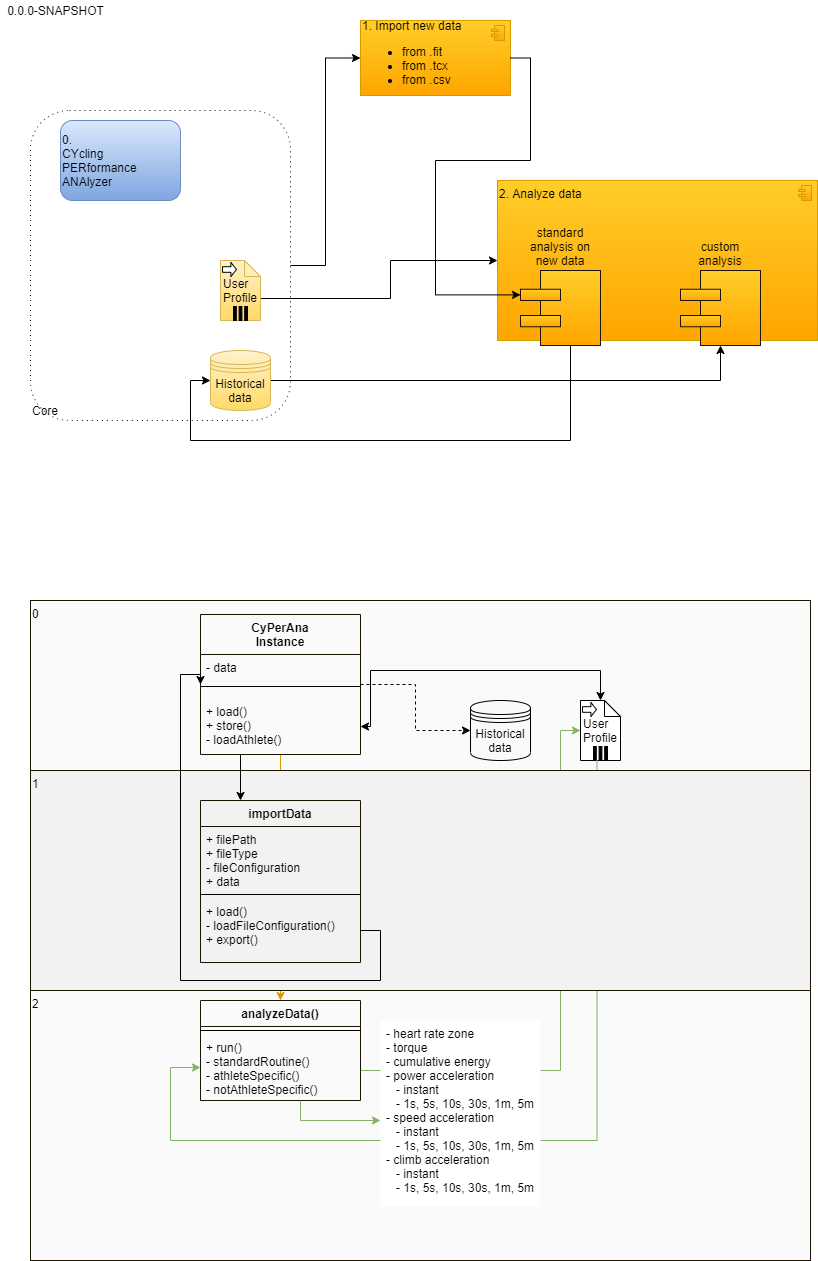
The draw.io diagram architecture.png in stefano-v37/cyperana, before a commit. Source tidied: cells renumbered, new cells last; positions are measured from the earlier drawing's top-left corner, leaving out a move shared by most shapes.
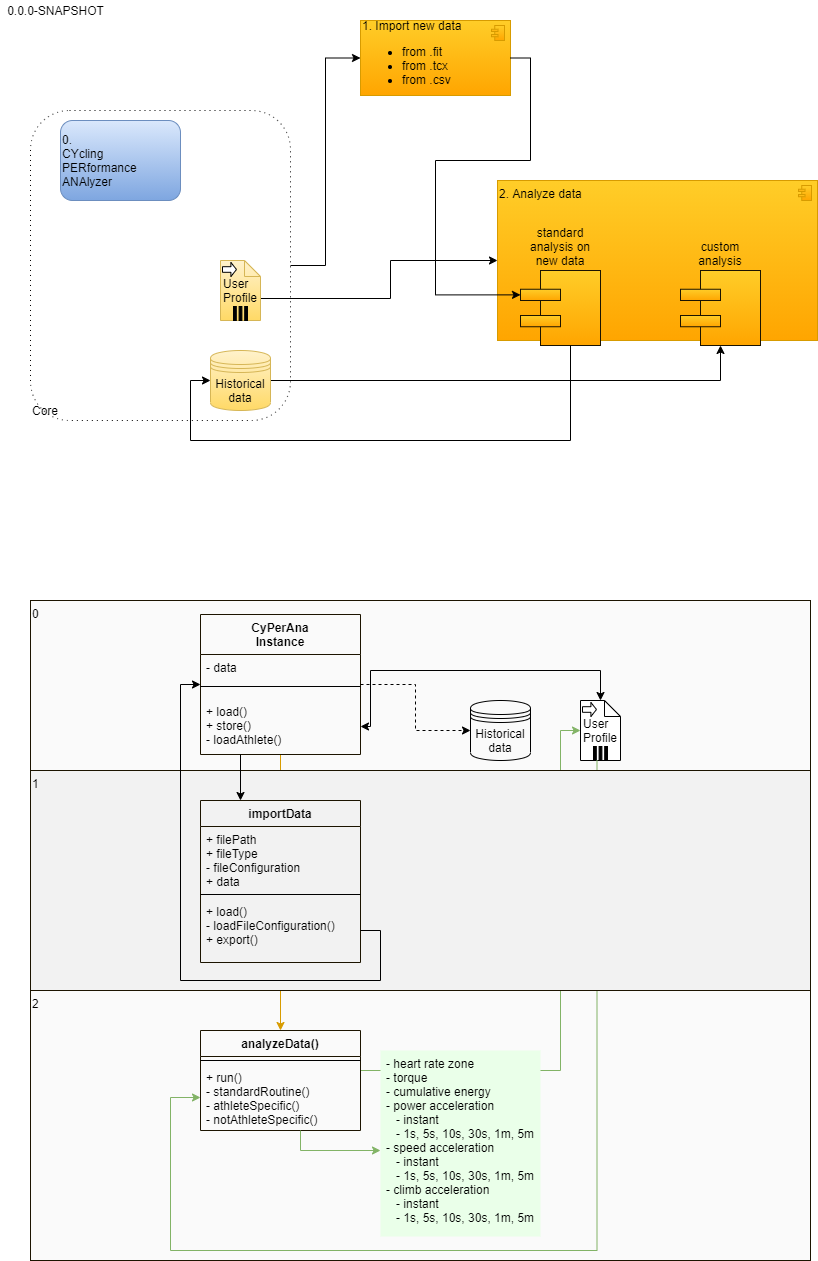
Above is the later version.

Commit message:
initialized standard analysis with hr-zones, modified architecture, utilities and configuration accordingly

What changed in the source:
```diff
@@ -88,7 +88,7 @@
       </mxGeometry>
     </mxCell>
     <mxCell id="20" value="analyzeData()" style="swimlane;fontStyle=1;align=center;verticalAlign=top;horizontal=1;startSize=26;strokeColor=#1C1400;fillColor=none;" parent="1" vertex="1">
-      <mxGeometry x="200" y="1000" width="160" height="100" as="geometry" />
+      <mxGeometry x="200" y="1030" width="160" height="100" as="geometry" />
     </mxCell>
     <mxCell id="21" style="line;strokeWidth=1;fillColor=none;align=left;verticalAlign=middle;spacingTop=-1;spacingLeft=3;spacingRight=3;labelPosition=right;" parent="20" vertex="1">
       <mxGeometry y="26" width="160" height="8" as="geometry" />
@@ -145,9 +145,9 @@
     <mxCell id="35" style="edgeStyle=orthogonalEdgeStyle;rounded=0;jettySize=auto;html=1;exitX=0.25;exitY=1;exitDx=0;exitDy=0;entryX=0;entryY=0.5;entryDx=0;entryDy=0;fillColor=#d5e8d4;strokeColor=#82b366;" parent="32" edge="1" source="34" target="22">
       <mxGeometry relative="1" as="geometry">
         <Array as="points">
-          <mxPoint x="17" y="440" />
-          <mxPoint x="-410" y="440" />
-          <mxPoint x="-410" y="367" />
+          <mxPoint x="17" y="550" />
+          <mxPoint x="-410" y="550" />
+          <mxPoint x="-410" y="397" />
         </Array>
       </mxGeometry>
     </mxCell>
@@ -172,20 +172,20 @@
           <mxPoint x="380" y="930" />
           <mxPoint x="380" y="980" />
           <mxPoint x="180" y="980" />
-          <mxPoint x="180" y="674" />
+          <mxPoint x="180" y="684" />
         </Array>
       </mxGeometry>
     </mxCell>
     <mxCell id="42" style="edgeStyle=orthogonalEdgeStyle;rounded=0;jettySize=auto;html=1;exitX=0.25;exitY=1;exitDx=0;exitDy=0;entryX=0.25;entryY=0;entryDx=0;entryDy=0;" parent="1" edge="1" source="25" target="37">
       <mxGeometry relative="1" as="geometry" />
     </mxCell>
-    <mxCell id="43" value="- heart rate zone&#10;- torque&#10;- cumulative energy&#10;- power acceleration&#10;   - instant&#10;   - 1s, 5s, 10s, 30s, 1m, 5m&#10;- speed acceleration&#10;   - instant&#10;   - 1s, 5s, 10s, 30s, 1m, 5m&#10;- climb acceleration&#10;   - instant&#10;   - 1s, 5s, 10s, 30s, 1m, 5m&#10;&#10;&#10;" style="text;strokeColor=none;align=left;verticalAlign=top;spacingLeft=4;spacingRight=4;overflow=hidden;points=[[0,0.5],[1,0.5]];portConstraint=eastwest;fillColor=#ffffff;" parent="1" vertex="1">
-      <mxGeometry x="380" y="1020" width="160" height="186" as="geometry" />
+    <mxCell id="43" value="- heart rate zone&#10;- torque&#10;- cumulative energy&#10;- power acceleration&#10;   - instant&#10;   - 1s, 5s, 10s, 30s, 1m, 5m&#10;- speed acceleration&#10;   - instant&#10;   - 1s, 5s, 10s, 30s, 1m, 5m&#10;- climb acceleration&#10;   - instant&#10;   - 1s, 5s, 10s, 30s, 1m, 5m&#10;&#10;&#10;" style="text;align=left;verticalAlign=top;spacingLeft=4;spacingRight=4;overflow=hidden;points=[[0,0.5],[1,0.5]];portConstraint=eastwest;fillColor=#EAFFE9;" parent="1" vertex="1">
+      <mxGeometry x="380" y="1050" width="160" height="186" as="geometry" />
     </mxCell>
     <mxCell id="44" style="edgeStyle=orthogonalEdgeStyle;rounded=0;jettySize=auto;html=1;exitX=0.625;exitY=1;exitDx=0;exitDy=0;fillColor=#d5e8d4;strokeColor=#82b366;exitPerimeter=0;" parent="1" edge="1" source="22" target="43">
       <mxGeometry relative="1" as="geometry">
         <Array as="points">
-          <mxPoint x="300" y="1120" />
+          <mxPoint x="300" y="1150" />
         </Array>
       </mxGeometry>
     </mxCell>
```
